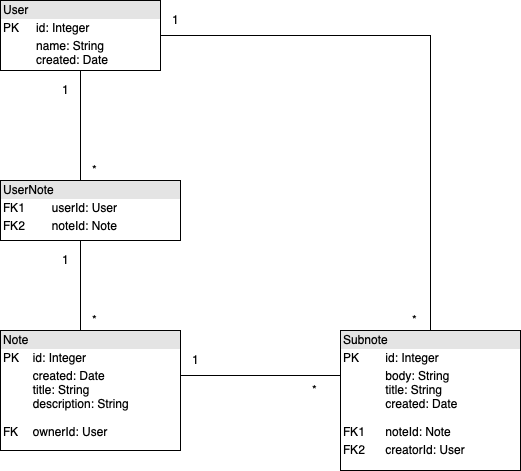
Above: dokumentaatio/tietokantakaavio.png in asiikaluoma/SharedNotes (draw.io), before the change. Source tidied: cells renumbered, new cells last; positions are measured from the earlier drawing's top-left corner, leaving out a move shared by most shapes. The source it was exported from:
```xml
<mxGraphModel>
  <root>
    <mxCell id="0" />
    <mxCell id="1" parent="0" />
    <mxCell id="2" style="edgeStyle=orthogonalEdgeStyle;rounded=0;jettySize=auto;html=1;exitX=0.5;exitY=1;exitDx=0;exitDy=0;entryX=0.5;entryY=0;entryDx=0;entryDy=0;endArrow=none;endFill=0;" parent="1" edge="1" source="4">
      <mxGeometry relative="1" as="geometry">
        <mxPoint x="80" y="180" as="targetPoint" />
      </mxGeometry>
    </mxCell>
    <mxCell id="3" style="edgeStyle=orthogonalEdgeStyle;rounded=0;jettySize=auto;html=1;exitX=1;exitY=0.5;exitDx=0;exitDy=0;entryX=0.5;entryY=0;entryDx=0;entryDy=0;endArrow=none;endFill=0;" parent="1" edge="1" source="4" target="12">
      <mxGeometry relative="1" as="geometry" />
    </mxCell>
    <mxCell id="4" value="&lt;div style=&quot;box-sizing: border-box ; width: 100% ; background: #e4e4e4 ; padding: 2px&quot;&gt;User&lt;/div&gt;&lt;table style=&quot;width: 100% ; font-size: 1em&quot; cellpadding=&quot;2&quot; cellspacing=&quot;0&quot;&gt;&lt;tbody&gt;&lt;tr&gt;&lt;td&gt;PK&lt;/td&gt;&lt;td&gt;id: Integer&lt;/td&gt;&lt;/tr&gt;&lt;tr&gt;&lt;td&gt;&lt;br&gt;&lt;/td&gt;&lt;td&gt;name: String&lt;br&gt;created: Date&lt;/td&gt;&lt;/tr&gt;&lt;/tbody&gt;&lt;/table&gt;" style="verticalAlign=top;align=left;overflow=fill;html=1;" parent="1" vertex="1">
      <mxGeometry width="160" height="70" as="geometry" />
    </mxCell>
    <mxCell id="5" style="edgeStyle=orthogonalEdgeStyle;rounded=0;jettySize=auto;html=1;exitX=1;exitY=0.5;exitDx=0;exitDy=0;entryX=0;entryY=0.5;entryDx=0;entryDy=0;endArrow=none;endFill=0;" parent="1" edge="1" source="6" target="12">
      <mxGeometry relative="1" as="geometry">
        <Array as="points">
          <mxPoint x="340" y="375" />
        </Array>
      </mxGeometry>
    </mxCell>
    <mxCell id="6" value="&lt;div style=&quot;box-sizing: border-box ; width: 100% ; background: #e4e4e4 ; padding: 2px&quot;&gt;Note&lt;/div&gt;&lt;table style=&quot;width: 100% ; font-size: 1em&quot; cellpadding=&quot;2&quot; cellspacing=&quot;0&quot;&gt;&lt;tbody&gt;&lt;tr&gt;&lt;td&gt;PK&lt;/td&gt;&lt;td&gt;id: Integer&lt;br&gt;&lt;/td&gt;&lt;/tr&gt;&lt;tr&gt;&lt;td&gt;&lt;br&gt;&lt;br&gt;&lt;br&gt;FK&lt;/td&gt;&lt;td&gt;created: Date&lt;br&gt;title: String&lt;br&gt;description: String&lt;br&gt;&lt;br&gt;ownerId: User&lt;br&gt;&lt;br&gt;&lt;/td&gt;&lt;/tr&gt;&lt;tr&gt;&lt;td&gt;&lt;/td&gt;&lt;td&gt;&lt;br&gt;&lt;/td&gt;&lt;/tr&gt;&lt;/tbody&gt;&lt;/table&gt;" style="verticalAlign=top;align=left;overflow=fill;html=1;" parent="1" vertex="1">
      <mxGeometry y="330" width="180" height="120" as="geometry" />
    </mxCell>
    <mxCell id="7" value="1" style="text;html=1;align=left;verticalAlign=top;spacingTop=-4;" parent="1" vertex="1">
      <mxGeometry x="60" y="80" width="20" height="20" as="geometry" />
    </mxCell>
    <mxCell id="8" value="*" style="text;html=1;align=left;verticalAlign=top;spacingTop=-4;" parent="1" vertex="1">
      <mxGeometry x="90" y="160" width="20" height="20" as="geometry" />
    </mxCell>
    <mxCell id="9" style="edgeStyle=orthogonalEdgeStyle;rounded=0;orthogonalLoop=1;jettySize=auto;html=1;exitX=0.5;exitY=1;exitDx=0;exitDy=0;entryX=0.5;entryY=0;entryDx=0;entryDy=0;endArrow=none;endFill=0;" parent="1" edge="1">
      <mxGeometry relative="1" as="geometry">
        <mxPoint x="80" y="240" as="sourcePoint" />
        <mxPoint x="80" y="330" as="targetPoint" />
      </mxGeometry>
    </mxCell>
    <mxCell id="10" value="1" style="text;html=1;align=left;verticalAlign=top;spacingTop=-4;" parent="1" vertex="1">
      <mxGeometry x="60" y="250" width="20" height="20" as="geometry" />
    </mxCell>
    <mxCell id="11" value="*" style="text;html=1;align=left;verticalAlign=top;spacingTop=-4;" parent="1" vertex="1">
      <mxGeometry x="90" y="310" width="20" height="20" as="geometry" />
    </mxCell>
    <mxCell id="12" value="&lt;div style=&quot;box-sizing: border-box ; width: 100% ; background: #e4e4e4 ; padding: 2px&quot;&gt;Subnote&lt;/div&gt;&lt;table style=&quot;width: 100% ; font-size: 1em&quot; cellpadding=&quot;2&quot; cellspacing=&quot;0&quot;&gt;&lt;tbody&gt;&lt;tr&gt;&lt;td&gt;PK&lt;/td&gt;&lt;td&gt;id: Integer&lt;/td&gt;&lt;/tr&gt;&lt;tr&gt;&lt;td&gt;&lt;br&gt;&lt;br&gt;&lt;br&gt;&lt;br&gt;FK1&lt;/td&gt;&lt;td&gt;body: String&lt;br&gt;title: String&lt;br&gt;created: Date&lt;br&gt;&lt;br&gt;noteId: Note&lt;br&gt;&lt;/td&gt;&lt;/tr&gt;&lt;tr&gt;&lt;td&gt;FK2&lt;/td&gt;&lt;td&gt;creatorId: User&lt;/td&gt;&lt;/tr&gt;&lt;/tbody&gt;&lt;/table&gt;" style="verticalAlign=top;align=left;overflow=fill;html=1;" parent="1" vertex="1">
      <mxGeometry x="340" y="330" width="180" height="140" as="geometry" />
    </mxCell>
    <mxCell id="13" value="1" style="text;html=1;align=left;verticalAlign=top;spacingTop=-4;" parent="1" vertex="1">
      <mxGeometry x="190" y="350" width="20" height="20" as="geometry" />
    </mxCell>
    <mxCell id="14" value="*" style="text;html=1;align=left;verticalAlign=top;spacingTop=-4;" parent="1" vertex="1">
      <mxGeometry x="310" y="380" width="20" height="20" as="geometry" />
    </mxCell>
    <mxCell id="15" value="&lt;div style=&quot;box-sizing: border-box ; width: 100% ; background: #e4e4e4 ; padding: 2px&quot;&gt;UserNote&lt;/div&gt;&lt;table style=&quot;width: 100% ; font-size: 1em&quot; cellpadding=&quot;2&quot; cellspacing=&quot;0&quot;&gt;&lt;tbody&gt;&lt;tr&gt;&lt;td&gt;FK1&lt;/td&gt;&lt;td&gt;userId: User&lt;br&gt;&lt;/td&gt;&lt;/tr&gt;&lt;tr&gt;&lt;td&gt;FK2&lt;/td&gt;&lt;td&gt;noteId: Note&lt;br&gt;&lt;/td&gt;&lt;/tr&gt;&lt;tr&gt;&lt;td&gt;&lt;/td&gt;&lt;td&gt;&lt;br&gt;&lt;/td&gt;&lt;/tr&gt;&lt;/tbody&gt;&lt;/table&gt;" style="verticalAlign=top;align=left;overflow=fill;html=1;" parent="1" vertex="1">
      <mxGeometry y="180" width="180" height="60" as="geometry" />
    </mxCell>
    <mxCell id="16" value="1" style="text;html=1;align=left;verticalAlign=top;spacingTop=-4;" parent="1" vertex="1">
      <mxGeometry x="170" y="10" width="20" height="20" as="geometry" />
    </mxCell>
    <mxCell id="17" value="*" style="text;html=1;align=left;verticalAlign=top;spacingTop=-4;" parent="1" vertex="1">
      <mxGeometry x="410" y="310" width="20" height="20" as="geometry" />
    </mxCell>
  </root>
</mxGraphModel>
```
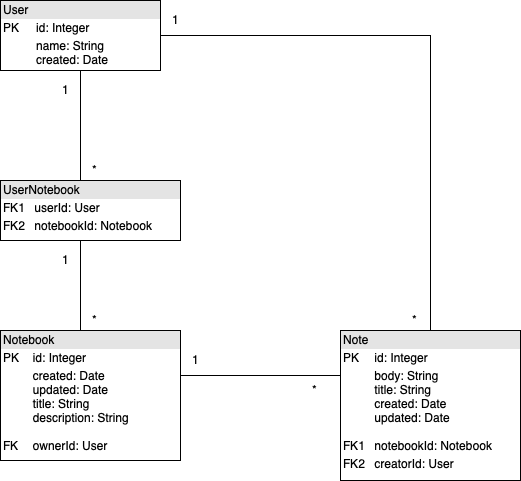
After the commit.

Diff of the diagram source:
```diff
@@ -20,8 +20,8 @@
         </Array>
       </mxGeometry>
     </mxCell>
-    <mxCell id="6" value="&lt;div style=&quot;box-sizing: border-box ; width: 100% ; background: #e4e4e4 ; padding: 2px&quot;&gt;Note&lt;/div&gt;&lt;table style=&quot;width: 100% ; font-size: 1em&quot; cellpadding=&quot;2&quot; cellspacing=&quot;0&quot;&gt;&lt;tbody&gt;&lt;tr&gt;&lt;td&gt;PK&lt;/td&gt;&lt;td&gt;id: Integer&lt;br&gt;&lt;/td&gt;&lt;/tr&gt;&lt;tr&gt;&lt;td&gt;&lt;br&gt;&lt;br&gt;&lt;br&gt;FK&lt;/td&gt;&lt;td&gt;created: Date&lt;br&gt;title: String&lt;br&gt;description: String&lt;br&gt;&lt;br&gt;ownerId: User&lt;br&gt;&lt;br&gt;&lt;/td&gt;&lt;/tr&gt;&lt;tr&gt;&lt;td&gt;&lt;/td&gt;&lt;td&gt;&lt;br&gt;&lt;/td&gt;&lt;/tr&gt;&lt;/tbody&gt;&lt;/table&gt;" style="verticalAlign=top;align=left;overflow=fill;html=1;" parent="1" vertex="1">
-      <mxGeometry y="330" width="180" height="120" as="geometry" />
+    <mxCell id="6" value="&lt;div style=&quot;box-sizing: border-box ; width: 100% ; background: #e4e4e4 ; padding: 2px&quot;&gt;Notebook&lt;/div&gt;&lt;table style=&quot;width: 100% ; font-size: 1em&quot; cellpadding=&quot;2&quot; cellspacing=&quot;0&quot;&gt;&lt;tbody&gt;&lt;tr&gt;&lt;td&gt;PK&lt;/td&gt;&lt;td&gt;id: Integer&lt;br&gt;&lt;/td&gt;&lt;/tr&gt;&lt;tr&gt;&lt;td&gt;&lt;br&gt;&lt;br&gt;&lt;br&gt;&lt;br&gt;FK&lt;/td&gt;&lt;td&gt;created: Date&lt;br&gt;updated: Date&lt;br&gt;title: String&lt;br&gt;description: String&lt;br&gt;&lt;br&gt;ownerId: User&lt;br&gt;&lt;br&gt;&lt;/td&gt;&lt;/tr&gt;&lt;tr&gt;&lt;td&gt;&lt;/td&gt;&lt;td&gt;&lt;br&gt;&lt;/td&gt;&lt;/tr&gt;&lt;/tbody&gt;&lt;/table&gt;" style="verticalAlign=top;align=left;overflow=fill;html=1;" parent="1" vertex="1">
+      <mxGeometry y="330" width="180" height="130" as="geometry" />
     </mxCell>
     <mxCell id="7" value="1" style="text;html=1;align=left;verticalAlign=top;spacingTop=-4;" parent="1" vertex="1">
       <mxGeometry x="60" y="80" width="20" height="20" as="geometry" />
@@ -41,8 +41,8 @@
     <mxCell id="11" value="*" style="text;html=1;align=left;verticalAlign=top;spacingTop=-4;" parent="1" vertex="1">
       <mxGeometry x="90" y="310" width="20" height="20" as="geometry" />
     </mxCell>
-    <mxCell id="12" value="&lt;div style=&quot;box-sizing: border-box ; width: 100% ; background: #e4e4e4 ; padding: 2px&quot;&gt;Subnote&lt;/div&gt;&lt;table style=&quot;width: 100% ; font-size: 1em&quot; cellpadding=&quot;2&quot; cellspacing=&quot;0&quot;&gt;&lt;tbody&gt;&lt;tr&gt;&lt;td&gt;PK&lt;/td&gt;&lt;td&gt;id: Integer&lt;/td&gt;&lt;/tr&gt;&lt;tr&gt;&lt;td&gt;&lt;br&gt;&lt;br&gt;&lt;br&gt;&lt;br&gt;FK1&lt;/td&gt;&lt;td&gt;body: String&lt;br&gt;title: String&lt;br&gt;created: Date&lt;br&gt;&lt;br&gt;noteId: Note&lt;br&gt;&lt;/td&gt;&lt;/tr&gt;&lt;tr&gt;&lt;td&gt;FK2&lt;/td&gt;&lt;td&gt;creatorId: User&lt;/td&gt;&lt;/tr&gt;&lt;/tbody&gt;&lt;/table&gt;" style="verticalAlign=top;align=left;overflow=fill;html=1;" parent="1" vertex="1">
-      <mxGeometry x="340" y="330" width="180" height="140" as="geometry" />
+    <mxCell id="12" value="&lt;div style=&quot;box-sizing: border-box ; width: 100% ; background: #e4e4e4 ; padding: 2px&quot;&gt;Note&lt;/div&gt;&lt;table style=&quot;width: 100% ; font-size: 1em&quot; cellpadding=&quot;2&quot; cellspacing=&quot;0&quot;&gt;&lt;tbody&gt;&lt;tr&gt;&lt;td&gt;PK&lt;/td&gt;&lt;td&gt;id: Integer&lt;/td&gt;&lt;/tr&gt;&lt;tr&gt;&lt;td&gt;&lt;br&gt;&lt;br&gt;&lt;br&gt;&lt;br&gt;&lt;br&gt;FK1&lt;/td&gt;&lt;td&gt;body: String&lt;br&gt;title: String&lt;br&gt;created: Date&lt;br&gt;updated: Date&lt;br&gt;&lt;br&gt;notebookId: Notebook&lt;br&gt;&lt;/td&gt;&lt;/tr&gt;&lt;tr&gt;&lt;td&gt;FK2&lt;/td&gt;&lt;td&gt;creatorId: User&lt;/td&gt;&lt;/tr&gt;&lt;/tbody&gt;&lt;/table&gt;" style="verticalAlign=top;align=left;overflow=fill;html=1;" parent="1" vertex="1">
+      <mxGeometry x="340" y="330" width="180" height="150" as="geometry" />
     </mxCell>
     <mxCell id="13" value="1" style="text;html=1;align=left;verticalAlign=top;spacingTop=-4;" parent="1" vertex="1">
       <mxGeometry x="190" y="350" width="20" height="20" as="geometry" />
@@ -50,7 +50,7 @@
     <mxCell id="14" value="*" style="text;html=1;align=left;verticalAlign=top;spacingTop=-4;" parent="1" vertex="1">
       <mxGeometry x="310" y="380" width="20" height="20" as="geometry" />
     </mxCell>
-    <mxCell id="15" value="&lt;div style=&quot;box-sizing: border-box ; width: 100% ; background: #e4e4e4 ; padding: 2px&quot;&gt;UserNote&lt;/div&gt;&lt;table style=&quot;width: 100% ; font-size: 1em&quot; cellpadding=&quot;2&quot; cellspacing=&quot;0&quot;&gt;&lt;tbody&gt;&lt;tr&gt;&lt;td&gt;FK1&lt;/td&gt;&lt;td&gt;userId: User&lt;br&gt;&lt;/td&gt;&lt;/tr&gt;&lt;tr&gt;&lt;td&gt;FK2&lt;/td&gt;&lt;td&gt;noteId: Note&lt;br&gt;&lt;/td&gt;&lt;/tr&gt;&lt;tr&gt;&lt;td&gt;&lt;/td&gt;&lt;td&gt;&lt;br&gt;&lt;/td&gt;&lt;/tr&gt;&lt;/tbody&gt;&lt;/table&gt;" style="verticalAlign=top;align=left;overflow=fill;html=1;" parent="1" vertex="1">
+    <mxCell id="15" value="&lt;div style=&quot;box-sizing: border-box ; width: 100% ; background: #e4e4e4 ; padding: 2px&quot;&gt;UserNotebook&lt;/div&gt;&lt;table style=&quot;width: 100% ; font-size: 1em&quot; cellpadding=&quot;2&quot; cellspacing=&quot;0&quot;&gt;&lt;tbody&gt;&lt;tr&gt;&lt;td&gt;FK1&lt;/td&gt;&lt;td&gt;userId: User&lt;br&gt;&lt;/td&gt;&lt;/tr&gt;&lt;tr&gt;&lt;td&gt;FK2&lt;/td&gt;&lt;td&gt;notebookId: Notebook&lt;br&gt;&lt;/td&gt;&lt;/tr&gt;&lt;tr&gt;&lt;td&gt;&lt;/td&gt;&lt;td&gt;&lt;br&gt;&lt;/td&gt;&lt;/tr&gt;&lt;/tbody&gt;&lt;/table&gt;" style="verticalAlign=top;align=left;overflow=fill;html=1;" parent="1" vertex="1">
       <mxGeometry y="180" width="180" height="60" as="geometry" />
     </mxCell>
     <mxCell id="16" value="1" style="text;html=1;align=left;verticalAlign=top;spacingTop=-4;" parent="1" vertex="1">
```
